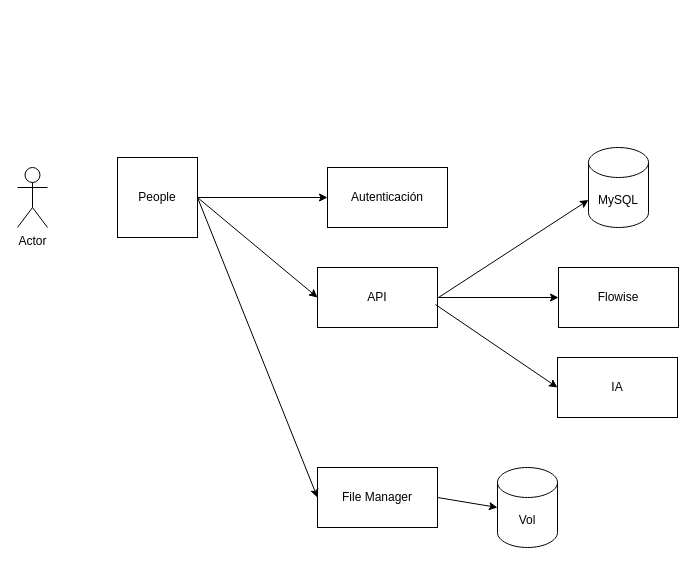
The draw.io diagram page "Página-2" (2 of 3) of Diagrama sin título.drawio in ocpdata/new-repo, before the edit. Source tidied: cells renumbered, new cells numbered last; positions are measured from the earlier drawing's top-left corner, leaving out a move shared by most shapes. Both pictures are drawn from the tidied source at 100%, with x=0, y=0 at pixel (17, 147).
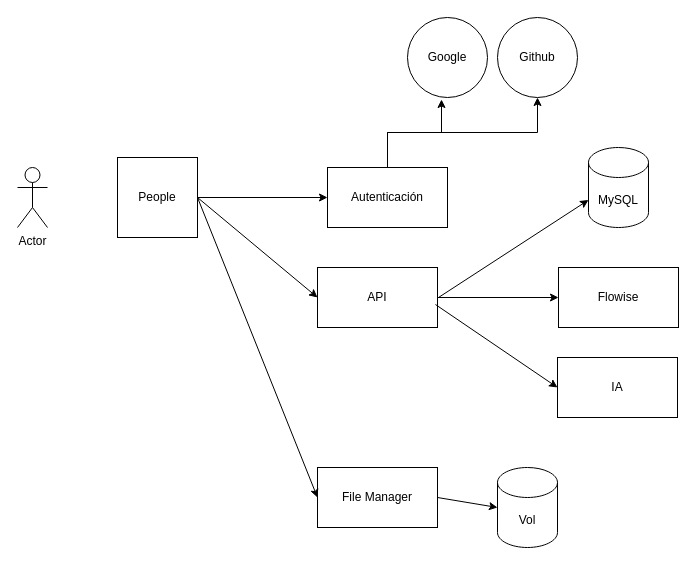
After the change.

Unchanged cells that the change refers to:
```xml
<mxCell id="4" value="Autenticación" style="rounded=0;whiteSpace=wrap;html=1;" parent="1" vertex="1">
  <mxGeometry x="310" y="20" width="120" height="60" as="geometry" />
</mxCell>
```

The edit, as a diff of the source:
```diff
@@
+    <mxCell id="19" style="edgeStyle=orthogonalEdgeStyle;rounded=0;jettySize=auto;html=1;exitX=0.5;exitY=0;exitDx=0;exitDy=0;entryX=0.5;entryY=1;entryDx=0;entryDy=0;" parent="1" edge="1" source="4" target="21">
+      <mxGeometry relative="1" as="geometry" />
+    </mxCell>
@@
+    <mxCell id="20" value="Google" style="ellipse;whiteSpace=wrap;html=1;" parent="1" vertex="1">
+      <mxGeometry x="390" y="-130" width="80" height="80" as="geometry" />
+    </mxCell>
+    <mxCell id="21" value="Github" style="ellipse;whiteSpace=wrap;html=1;" parent="1" vertex="1">
+      <mxGeometry x="480" y="-130" width="80" height="80" as="geometry" />
+    </mxCell>
+    <mxCell id="22" style="edgeStyle=orthogonalEdgeStyle;rounded=0;jettySize=auto;html=1;exitX=0.5;exitY=0;exitDx=0;exitDy=0;entryX=0.425;entryY=1.025;entryDx=0;entryDy=0;entryPerimeter=0;" parent="1" edge="1" source="4" target="20">
+      <mxGeometry relative="1" as="geometry" />
+    </mxCell>
```
